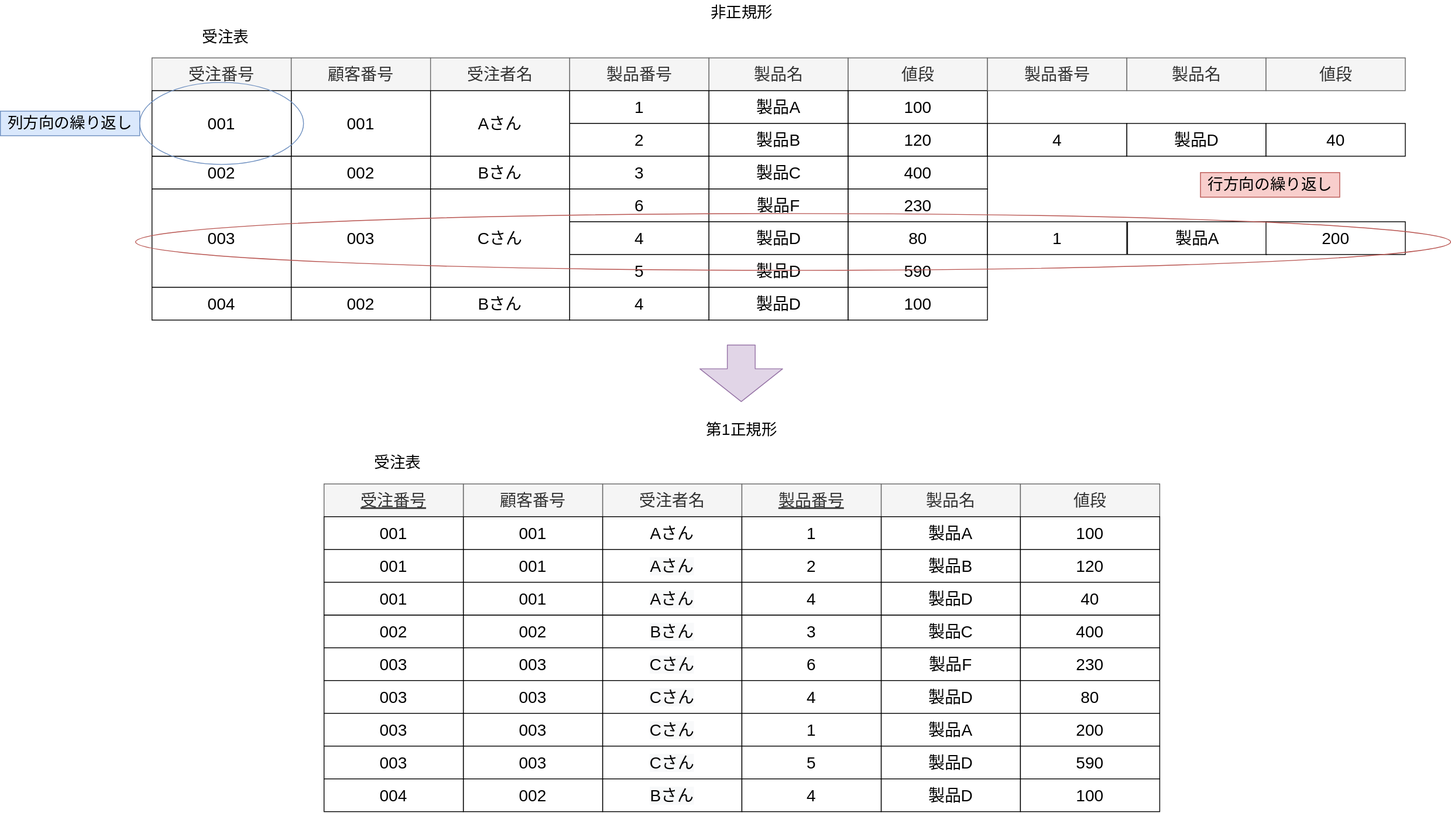
koseki2580/study-docs keeps this draw.io diagram as static/img/svg/Database/normalization/normalization-1.drawio.svg. Above is the earlier version. Source tidied: cells renumbered, new cells last; positions are measured from the earlier drawing's top-left corner, leaving out a move shared by most shapes.
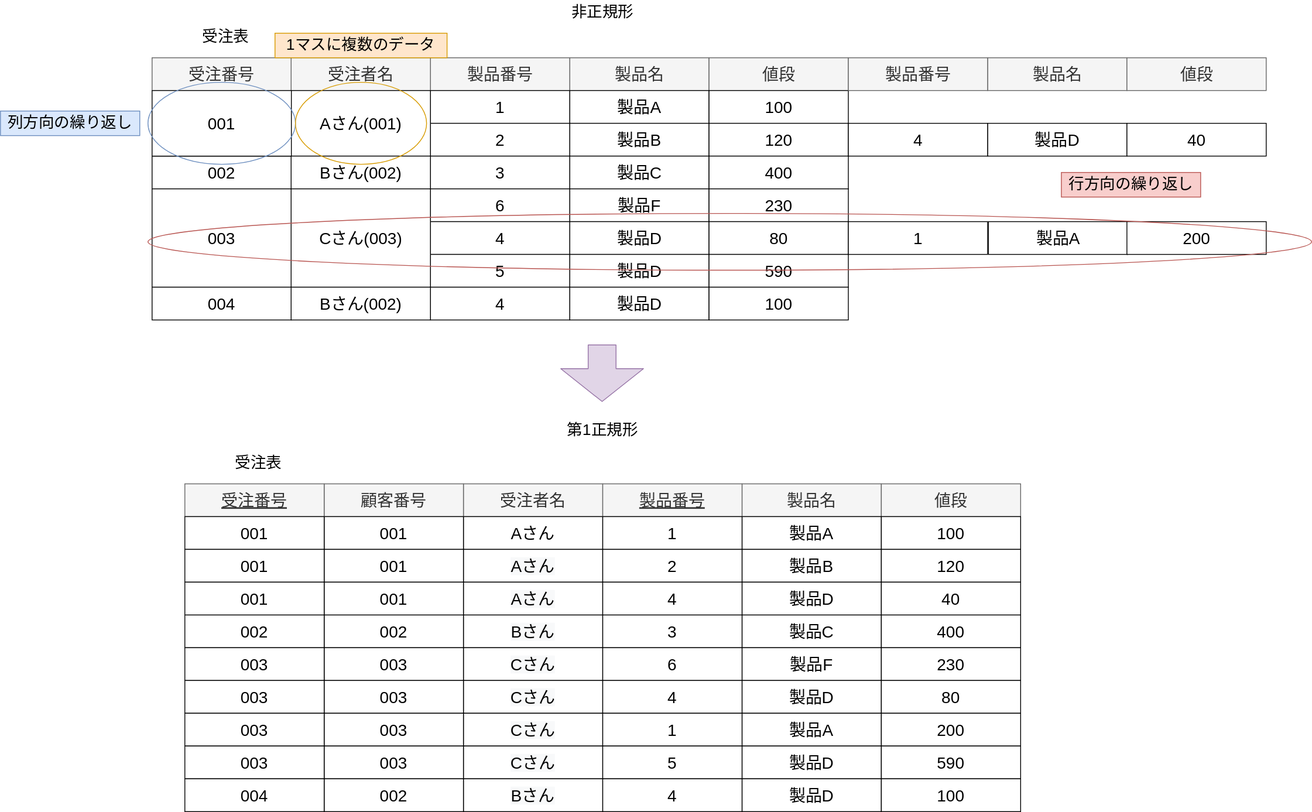
Above is the later version.

The edit, as a diff of the source:
```diff
@@ -3,7 +3,7 @@
     <mxCell id="0" />
     <mxCell id="1" parent="0" />
     <mxCell id="2" value="受注番号" style="rounded=0;whiteSpace=wrap;html=1;fontSize=20;fillColor=#f5f5f5;fontColor=#333333;strokeColor=#666666;" parent="1" vertex="1">
-      <mxGeometry x="185" y="70" width="170" height="40" as="geometry" />
+      <mxGeometry x="355" y="70" width="170" height="40" as="geometry" />
     </mxCell>
     <mxCell id="3" value="製品名" style="rounded=0;whiteSpace=wrap;html=1;fontSize=20;fillColor=#f5f5f5;fontColor=#333333;strokeColor=#666666;" parent="1" vertex="1">
       <mxGeometry x="864.7" y="70" width="170" height="40" as="geometry" />
@@ -24,7 +24,7 @@
       <mxGeometry x="1034.7" y="150" width="170" height="40" as="geometry" />
     </mxCell>
     <mxCell id="9" value="002" style="rounded=0;whiteSpace=wrap;html=1;fontSize=20;" parent="1" vertex="1">
-      <mxGeometry x="185" y="190" width="170" height="40" as="geometry" />
+      <mxGeometry x="355" y="190" width="170" height="40" as="geometry" />
     </mxCell>
     <mxCell id="10" value="製品C" style="rounded=0;whiteSpace=wrap;html=1;fontSize=20;" parent="1" vertex="1">
       <mxGeometry x="864.7" y="190" width="170" height="40" as="geometry" />
@@ -33,7 +33,7 @@
       <mxGeometry x="1034.7" y="190" width="170" height="40" as="geometry" />
     </mxCell>
     <mxCell id="12" value="003" style="rounded=0;whiteSpace=wrap;html=1;fontSize=20;" parent="1" vertex="1">
-      <mxGeometry x="185" y="230" width="170" height="120" as="geometry" />
+      <mxGeometry x="355" y="230" width="170" height="120" as="geometry" />
     </mxCell>
     <mxCell id="13" value="製品F" style="rounded=0;whiteSpace=wrap;html=1;fontSize=20;" parent="1" vertex="1">
       <mxGeometry x="864.7" y="230" width="170" height="40" as="geometry" />
@@ -72,7 +72,7 @@
       <mxGeometry x="1464.7" y="210" width="170" height="30" as="geometry" />
     </mxCell>
     <mxCell id="25" value="列方向の繰り返し" style="text;html=1;strokeColor=#6c8ebf;fillColor=#dae8fc;align=center;verticalAlign=middle;whiteSpace=wrap;rounded=0;fontSize=19;" parent="1" vertex="1">
-      <mxGeometry y="135" width="170" height="30" as="geometry" />
+      <mxGeometry x="170" y="135" width="170" height="30" as="geometry" />
     </mxCell>
     <mxCell id="26" value="製品D" style="rounded=0;whiteSpace=wrap;html=1;fontSize=20;" parent="1" vertex="1">
       <mxGeometry x="1374.7" y="150" width="170" height="40" as="geometry" />
@@ -230,13 +230,13 @@
     <mxCell id="76" value="受注者名" style="rounded=0;whiteSpace=wrap;html=1;fontSize=20;fillColor=#f5f5f5;fontColor=#333333;strokeColor=#666666;" parent="1" vertex="1">
       <mxGeometry x="524.7" y="70" width="170" height="40" as="geometry" />
     </mxCell>
-    <mxCell id="77" value="Aさん" style="rounded=0;whiteSpace=wrap;html=1;fontSize=20;" parent="1" vertex="1">
+    <mxCell id="77" value="Aさん(001)" style="rounded=0;whiteSpace=wrap;html=1;fontSize=20;" parent="1" vertex="1">
       <mxGeometry x="524.7" y="110" width="170" height="80" as="geometry" />
     </mxCell>
-    <mxCell id="78" value="Bさん" style="rounded=0;whiteSpace=wrap;html=1;fontSize=20;" parent="1" vertex="1">
+    <mxCell id="78" value="Bさん(002)" style="rounded=0;whiteSpace=wrap;html=1;fontSize=20;" parent="1" vertex="1">
       <mxGeometry x="524.7" y="190" width="170" height="40" as="geometry" />
     </mxCell>
-    <mxCell id="79" value="Cさん" style="rounded=0;whiteSpace=wrap;html=1;fontSize=20;" parent="1" vertex="1">
+    <mxCell id="79" value="Cさん(003)" style="rounded=0;whiteSpace=wrap;html=1;fontSize=20;" parent="1" vertex="1">
       <mxGeometry x="524.7" y="230" width="170" height="120" as="geometry" />
     </mxCell>
     <mxCell id="80" value="顧客番号" style="rounded=0;whiteSpace=wrap;html=1;fontSize=20;fillColor=#f5f5f5;fontColor=#333333;strokeColor=#666666;fontStyle=0;" parent="1" vertex="1">
@@ -267,7 +267,7 @@
       <mxGeometry x="565" y="910" width="170" height="40" as="geometry" />
     </mxCell>
     <mxCell id="89" value="004" style="rounded=0;whiteSpace=wrap;html=1;fontSize=20;" parent="1" vertex="1">
-      <mxGeometry x="185" y="350" width="170" height="40" as="geometry" />
+      <mxGeometry x="355" y="350" width="170" height="40" as="geometry" />
     </mxCell>
     <mxCell id="90" value="製品D" style="rounded=0;whiteSpace=wrap;html=1;fontSize=20;" parent="1" vertex="1">
       <mxGeometry x="864.7" y="350" width="170" height="40" as="geometry" />
@@ -278,7 +278,7 @@
     <mxCell id="92" value="4" style="rounded=0;whiteSpace=wrap;html=1;fontSize=20;" parent="1" vertex="1">
       <mxGeometry x="694.7" y="350" width="170" height="40" as="geometry" />
     </mxCell>
-    <mxCell id="93" value="Bさん" style="rounded=0;whiteSpace=wrap;html=1;fontSize=20;" parent="1" vertex="1">
+    <mxCell id="93" value="Bさん(002)" style="rounded=0;whiteSpace=wrap;html=1;fontSize=20;" parent="1" vertex="1">
       <mxGeometry x="524.7" y="350" width="170" height="40" as="geometry" />
     </mxCell>
     <mxCell id="94" value="&lt;meta charset=&quot;utf-8&quot;&gt;&lt;span style=&quot;color: rgb(0, 0, 0); font-family: helvetica; font-size: 20px; font-style: normal; font-weight: 400; letter-spacing: normal; text-align: center; text-indent: 0px; text-transform: none; word-spacing: 0px; background-color: rgb(248, 249, 250); display: inline; float: none;&quot;&gt;Bさん&lt;/span&gt;" style="rounded=0;whiteSpace=wrap;html=1;fontSize=20;" parent="1" vertex="1">
@@ -297,34 +297,19 @@
       <mxGeometry x="565" y="950" width="170" height="40" as="geometry" />
     </mxCell>
     <mxCell id="99" value="受注表" style="text;html=1;strokeColor=none;fillColor=none;align=center;verticalAlign=middle;whiteSpace=wrap;rounded=0;fontSize=19;" parent="1" vertex="1">
-      <mxGeometry x="190" y="30" width="170" height="30" as="geometry" />
+      <mxGeometry x="360" y="30" width="170" height="30" as="geometry" />
     </mxCell>
     <mxCell id="100" value="受注表" style="text;html=1;strokeColor=none;fillColor=none;align=center;verticalAlign=middle;whiteSpace=wrap;rounded=0;fontSize=19;" parent="1" vertex="1">
       <mxGeometry x="400" y="550" width="170" height="30" as="geometry" />
     </mxCell>
-    <mxCell id="101" value="顧客番号" style="rounded=0;whiteSpace=wrap;html=1;fontSize=20;fillColor=#f5f5f5;fontColor=#333333;strokeColor=#666666;" parent="1" vertex="1">
-      <mxGeometry x="355" y="70" width="170" height="40" as="geometry" />
-    </mxCell>
-    <mxCell id="102" value="001" style="rounded=0;whiteSpace=wrap;html=1;fontSize=20;" parent="1" vertex="1">
-      <mxGeometry x="355" y="110" width="170" height="80" as="geometry" />
-    </mxCell>
-    <mxCell id="103" value="002" style="rounded=0;whiteSpace=wrap;html=1;fontSize=20;" parent="1" vertex="1">
-      <mxGeometry x="355" y="190" width="170" height="40" as="geometry" />
-    </mxCell>
-    <mxCell id="104" value="003" style="rounded=0;whiteSpace=wrap;html=1;fontSize=20;" parent="1" vertex="1">
-      <mxGeometry x="355" y="230" width="170" height="120" as="geometry" />
-    </mxCell>
-    <mxCell id="105" value="002" style="rounded=0;whiteSpace=wrap;html=1;fontSize=20;" parent="1" vertex="1">
-      <mxGeometry x="355" y="350" width="170" height="40" as="geometry" />
-    </mxCell>
     <mxCell id="106" value="001" style="rounded=0;whiteSpace=wrap;html=1;fontSize=20;" parent="1" vertex="1">
-      <mxGeometry x="185" y="110" width="170" height="80" as="geometry" />
+      <mxGeometry x="355" y="110" width="170" height="80" as="geometry" />
     </mxCell>
     <mxCell id="107" style="ellipse;whiteSpace=wrap;html=1;fontSize=19;fillColor=none;strokeColor=#6c8ebf;" parent="1" vertex="1">
-      <mxGeometry x="170" y="100" width="200" height="100" as="geometry" />
+      <mxGeometry x="350" y="100" width="180" height="100" as="geometry" />
     </mxCell>
     <mxCell id="108" style="ellipse;whiteSpace=wrap;html=1;fontSize=19;fillColor=none;strokeColor=#b85450;" parent="1" vertex="1">
-      <mxGeometry x="165" y="260" width="1605" height="69.3" as="geometry" />
+      <mxGeometry x="350" y="260" width="1420" height="69.3" as="geometry" />
     </mxCell>
     <mxCell id="109" value="受注番号" style="rounded=0;whiteSpace=wrap;html=1;fontSize=20;fillColor=#f5f5f5;fontColor=#333333;strokeColor=#666666;fontStyle=4;" parent="1" vertex="1">
       <mxGeometry x="395" y="590" width="170" height="40" as="geometry" />
@@ -356,5 +341,11 @@
     <mxCell id="118" value="004" style="rounded=0;whiteSpace=wrap;html=1;fontSize=20;" parent="1" vertex="1">
       <mxGeometry x="395" y="950" width="170" height="40" as="geometry" />
     </mxCell>
+    <mxCell id="119" style="ellipse;whiteSpace=wrap;html=1;fontSize=19;fillColor=none;strokeColor=#d79b00;gradientColor=none;" parent="1" vertex="1">
+      <mxGeometry x="530" y="100" width="160" height="100" as="geometry" />
+    </mxCell>
+    <mxCell id="120" value="1マスに複数のデータ" style="text;html=1;strokeColor=#d79b00;fillColor=#ffe6cc;align=center;verticalAlign=middle;whiteSpace=wrap;rounded=0;fontSize=19;" parent="1" vertex="1">
+      <mxGeometry x="505" y="40" width="210" height="30" as="geometry" />
+    </mxCell>
   </root>
 </mxGraphModel>
```
